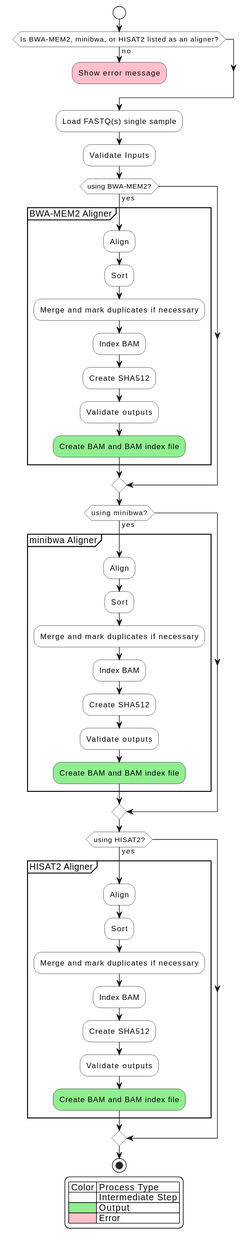
This is docs/dna-align-flow.svg from TheBoutrosLab/pipeline-align-DNA, a PlantUML export, as it was before one commit. Its diagram source:
```plantuml
@startuml
<style>
activityDiagram {
    BackgroundColor #FFFFFF
    BorderColor #000000
    FontColor #000
    }
</style>
start
if (Is BWA-MEM2, minibwa, or HISAT2 listed as an aligner?) then (no)
    #pink :Show error message;
    detach
endif
:Load FASTQ(s) single sample;
:Validate Inputs;
if (using BWA-MEM2?) then (yes)
    group BWA-MEM2 Aligner
    :Align;
    :Sort;
    :Merge and mark duplicates if necessary;
    :Index BAM;
    :Create SHA512;
    :Validate outputs;
    #lightgreen :Create BAM and BAM index file;
    end group
endif

if (using minibwa?) then (yes)
    group minibwa Aligner
    :Align;
    :Sort;
    :Merge and mark duplicates if necessary;
    :Index BAM;
    :Create SHA512;
    :Validate outputs;
    #lightgreen :Create BAM and BAM index file;
    end group
endif

if (using HISAT2?) then (yes)
    group HISAT2 Aligner
    :Align;
    :Sort;
    :Merge and mark duplicates if necessary;
    :Index BAM;
    :Create SHA512;
    :Validate outputs;
    #lightgreen :Create BAM and BAM index file;
    end group
endif
legend
    | Color | Process Type |
    | <#White> | Intermediate Step |
    | <#LightGreen> | Output |
    | <#pink> | Error |
endlegend
stop
@enduml
```
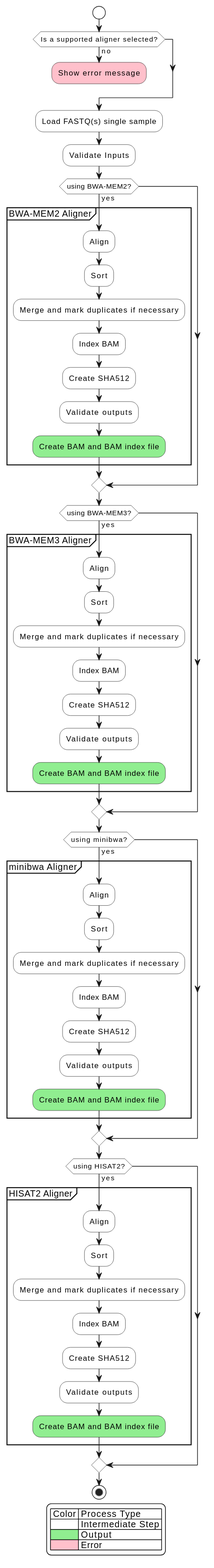
Later version of the same file.

What changed in the source:
```diff
@@ -7,7 +7,7 @@
     }
 </style>
 start
-if (Is BWA-MEM2, minibwa, or HISAT2 listed as an aligner?) then (no)
+if (Is a supported aligner selected?) then (no)
     #pink :Show error message;
     detach
 endif
@@ -15,6 +15,18 @@
 :Validate Inputs;
 if (using BWA-MEM2?) then (yes)
     group BWA-MEM2 Aligner
+    :Align;
+    :Sort;
+    :Merge and mark duplicates if necessary;
+    :Index BAM;
+    :Create SHA512;
+    :Validate outputs;
+    #lightgreen :Create BAM and BAM index file;
+    end group
+endif
+
+if (using BWA-MEM3?) then (yes)
+    group BWA-MEM3 Aligner
     :Align;
     :Sort;
     :Merge and mark duplicates if necessary;
@@ -48,6 +60,7 @@
     #lightgreen :Create BAM and BAM index file;
     end group
 endif
+
 legend
     | Color | Process Type |
     | <#White> | Intermediate Step |
```
